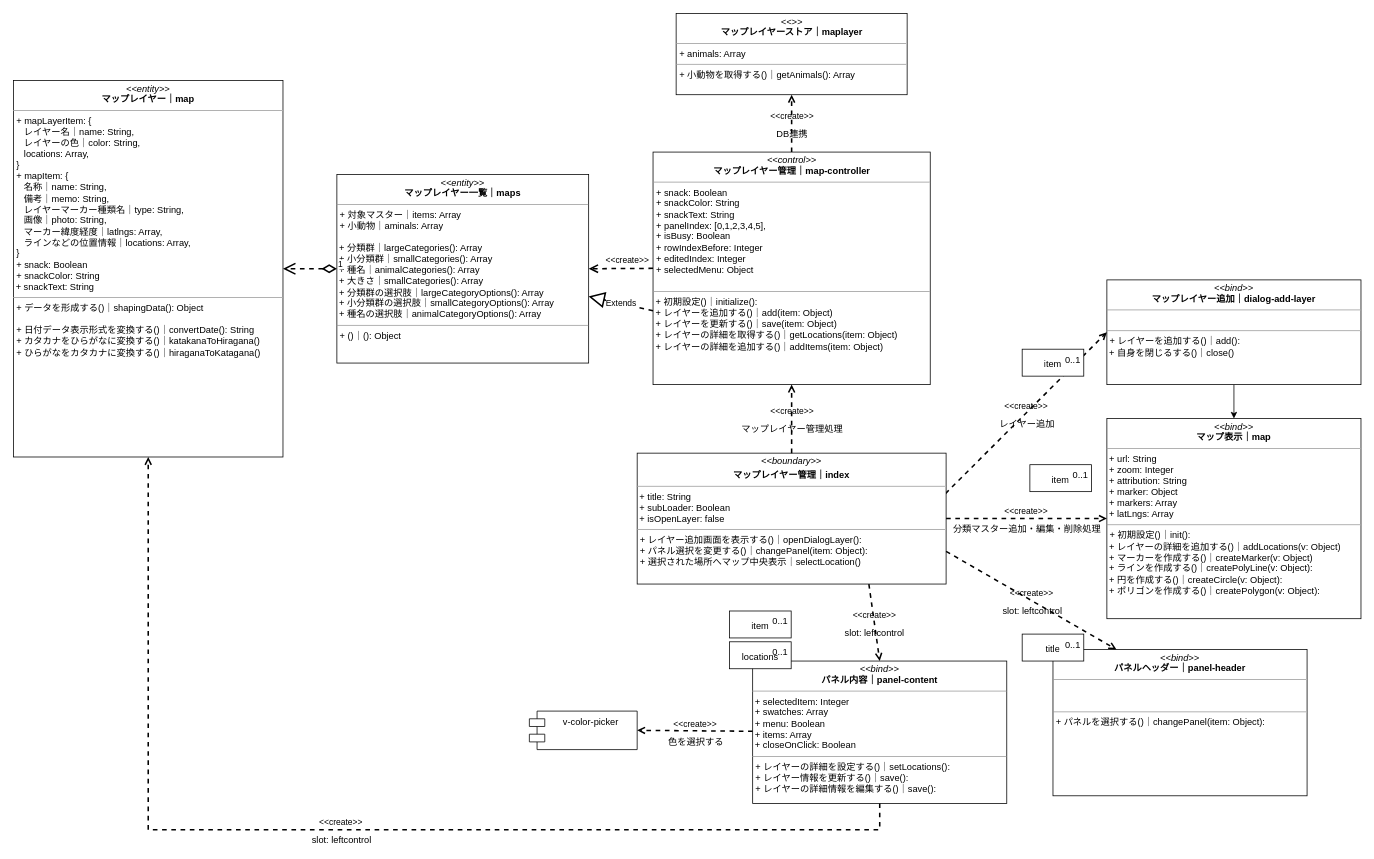
Earlier version of the draw.io diagram iriomote-anymaps.drawio (kaoru387/draw.io). Source tidied: cells renumbered, new cells numbered last; positions are measured from the earlier drawing's top-left corner, leaving out a move shared by most shapes. Both pictures are drawn from the tidied source at 77%, with x=0, y=0 at pixel (13, 13).
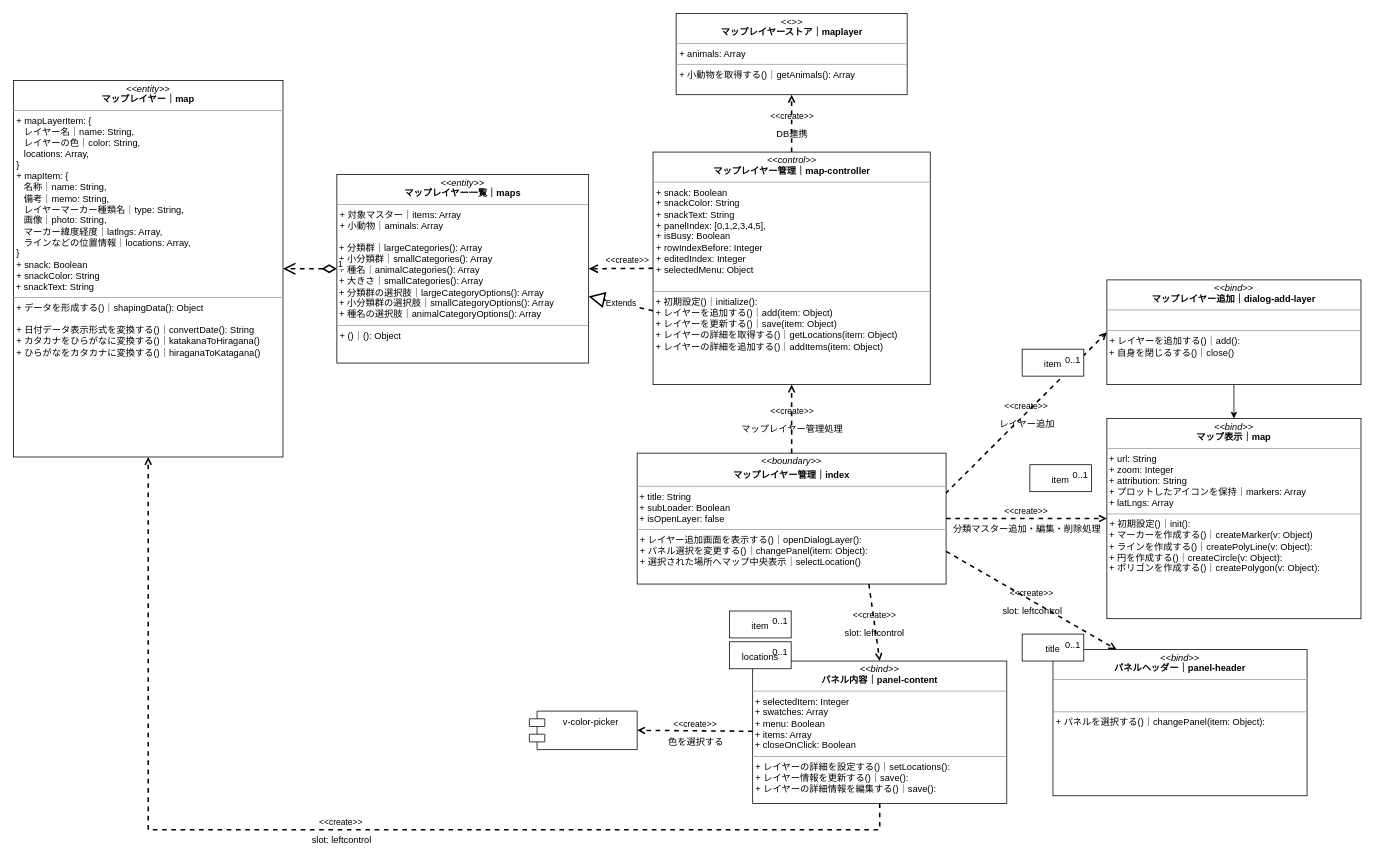
The same diagram, later.

Commit message:
iriomote-anymaps.drawio を更新します

What changed in the source:
```diff
@@
-    <mxCell id="9" value="&lt;p style=&quot;margin:0px;margin-top:4px;text-align:center;&quot;&gt;&lt;i&gt;&amp;lt;&amp;lt;bind&amp;gt;&amp;gt;&lt;/i&gt;&lt;br&gt;&lt;b&gt;マップ表示｜&lt;/b&gt;&lt;b style=&quot;background-color: initial;&quot;&gt;map&lt;/b&gt;&lt;/p&gt;&lt;hr size=&quot;1&quot;&gt;&lt;div&gt;&lt;span style=&quot;background-color: initial;&quot;&gt;&amp;nbsp;+ url: String&lt;/span&gt;&lt;/div&gt;&lt;div&gt;&amp;nbsp;+ zoom: Integer&lt;/div&gt;&amp;nbsp;+&amp;nbsp;&lt;span style=&quot;background-color: initial;&quot;&gt;attribution: String&lt;/span&gt;&lt;br&gt;&amp;nbsp;+&amp;nbsp;&lt;span style=&quot;background-color: initial;&quot;&gt;marker: Object&lt;/span&gt;&lt;br&gt;&amp;nbsp;+&amp;nbsp;&lt;span style=&quot;background-color: initial;&quot;&gt;markers: Array&lt;/span&gt;&lt;br&gt;&amp;nbsp;+&amp;nbsp;&lt;span style=&quot;background-color: initial;&quot;&gt;latLngs: Array&lt;/span&gt;&lt;br&gt;&lt;hr size=&quot;1&quot;&gt;&lt;p style=&quot;margin:0px;margin-left:4px;&quot;&gt;+ 初期設定()｜init():&amp;nbsp;&lt;/p&gt;&amp;nbsp;+ レイヤーの詳細を追加する()｜addLocations(v: Object)&lt;br&gt;&amp;nbsp;+ マーカーを作成する()｜createMarker(v: Object)&lt;br&gt;&amp;nbsp;+ ラインを作成する()｜createPolyLine(v: Object):&amp;nbsp;&lt;br&gt;&amp;nbsp;+ 円を作成する()｜createCircle(v: Object):&amp;nbsp;&lt;br&gt;&amp;nbsp;+ ポリゴンを作成する()｜createPolygon(v: Object):&amp;nbsp;" style="verticalAlign=top;align=left;overflow=fill;fontSize=12;fontFamily=Helvetica;html=1;" parent="1" vertex="1">
+    <mxCell id="9" value="&lt;p style=&quot;margin:0px;margin-top:4px;text-align:center;&quot;&gt;&lt;i&gt;&amp;lt;&amp;lt;bind&amp;gt;&amp;gt;&lt;/i&gt;&lt;br&gt;&lt;b&gt;マップ表示｜&lt;/b&gt;&lt;b style=&quot;background-color: initial;&quot;&gt;map&lt;/b&gt;&lt;/p&gt;&lt;hr size=&quot;1&quot;&gt;&lt;div&gt;&lt;span style=&quot;background-color: initial;&quot;&gt;&amp;nbsp;+ url: String&lt;/span&gt;&lt;/div&gt;&lt;div&gt;&amp;nbsp;+ zoom: Integer&lt;/div&gt;&amp;nbsp;+&amp;nbsp;&lt;span style=&quot;background-color: initial;&quot;&gt;attribution: String&lt;/span&gt;&lt;br&gt;&amp;nbsp;+ プロットしたアイコンを保持｜&lt;span style=&quot;background-color: initial;&quot;&gt;markers: Array&lt;/span&gt;&lt;br&gt;&amp;nbsp;+&amp;nbsp;&lt;span style=&quot;background-color: initial;&quot;&gt;latLngs: Array&lt;/span&gt;&lt;br&gt;&lt;hr size=&quot;1&quot;&gt;&lt;p style=&quot;margin:0px;margin-left:4px;&quot;&gt;+ 初期設定()｜init():&amp;nbsp;&lt;/p&gt;&amp;nbsp;+ マーカーを作成する()｜createMarker(v: Object)&lt;br&gt;&amp;nbsp;+ ラインを作成する()｜createPolyLine(v: Object):&amp;nbsp;&lt;br&gt;&amp;nbsp;+ 円を作成する()｜createCircle(v: Object):&amp;nbsp;&lt;br&gt;&amp;nbsp;+ ポリゴンを作成する()｜createPolygon(v: Object):&amp;nbsp;" style="verticalAlign=top;align=left;overflow=fill;fontSize=12;fontFamily=Helvetica;html=1;" parent="1" vertex="1">
       <mxGeometry x="1420" y="526" width="330" height="260" as="geometry" />
     </mxCell>
```
